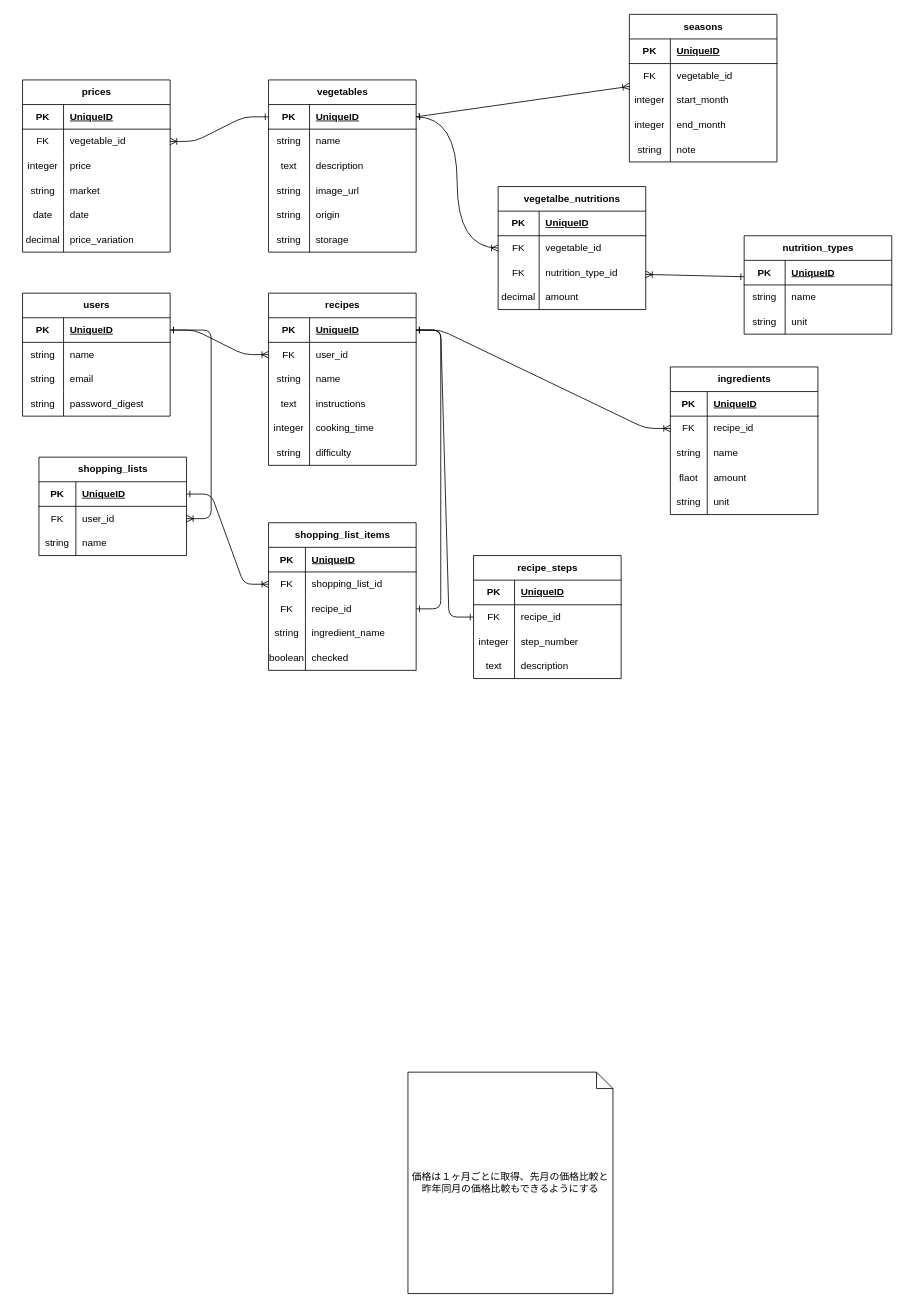
Before: vegeguide.dio in pekoemood/vegeguide-docs, a draw.io diagram. Source tidied: cells renumbered, new cells numbered last; positions are measured from the earlier drawing's top-left corner, leaving out a move shared by most shapes. Both pictures are drawn from the tidied source at 82%, with x=0, y=0 at pixel (14, 14).
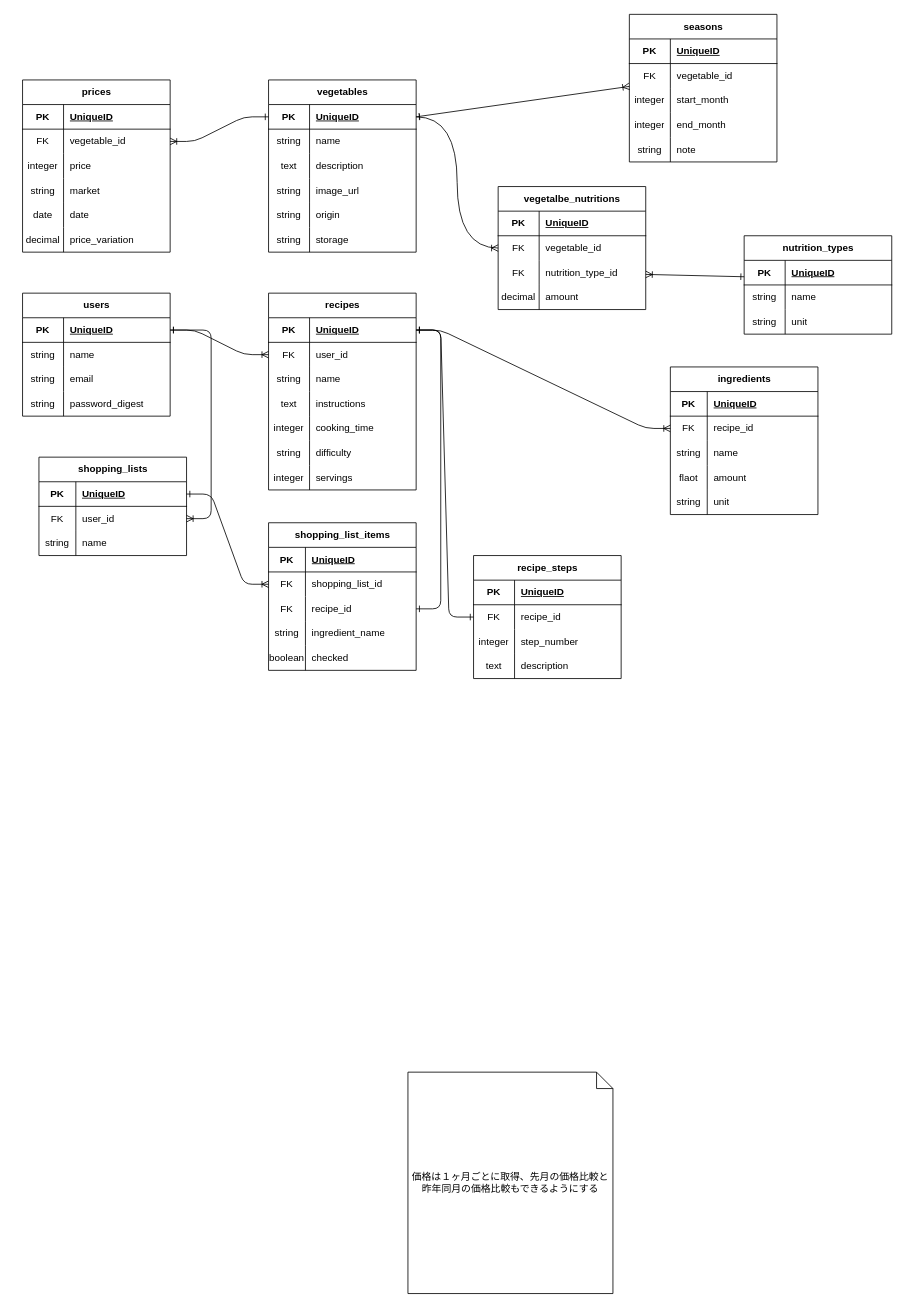
Above is the later version.

Commit message:
recipeカラムの修正

The edit, as a diff of the source:
```diff
@@
     <mxCell id="53" value="recipes" style="shape=table;startSize=30;childLayout=tableLayout;rowLines=0;fontStyle=1;align=center;html=1;" parent="1" vertex="1">
-      <mxGeometry x="310" y="340" width="180" height="210" as="geometry" />
+      <mxGeometry x="310" y="340" width="180" height="240" as="geometry" />
     </mxCell>
@@
+    <mxCell id="178" style="shape=tableRow;horizontal=0;startSize=0;swimlaneHead=0;swimlaneBody=0;fillColor=none;top=0;left=0;right=0;bottom=0;" parent="53" vertex="1">
+      <mxGeometry y="210" width="180" height="30" as="geometry" />
+    </mxCell>
+    <mxCell id="179" value="integer" style="shape=partialRectangle;fillColor=none;top=0;left=0;bottom=0;right=0;overflow=hidden;whiteSpace=wrap;html=1;" parent="178" vertex="1">
+      <mxGeometry width="50" height="30" as="geometry" />
+    </mxCell>
+    <mxCell id="180" value="servings" style="shape=partialRectangle;fillColor=none;top=0;left=0;bottom=0;right=0;align=left;spacingLeft=6;overflow=hidden;whiteSpace=wrap;html=1;" parent="178" vertex="1">
+      <mxGeometry x="50" width="130" height="30" as="geometry" />
+    </mxCell>
```
